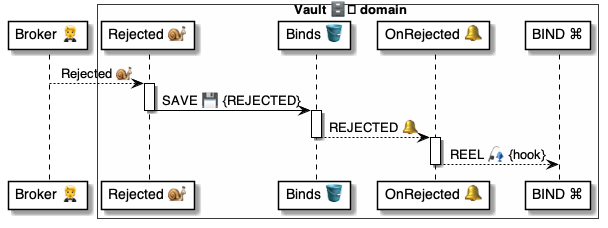
This is 4 ⚙️ Solution/41 🎭 Domain Roles/Vaults 🗄️/🗄️🪣 Vault tables/Binds 🔗 table/🪣🔔 2 Rejected/🗄️ OnBindRejected ⚙️ uml.png from pollyweb-org/pollyweb-docs, a PlantUML export, as it was before one commit. Its source is kept beside it as 4 ⚙️ Solution/41 🎭 Domain Roles/Vaults 🗄️/🗄️🪣 Vault tables/Binds 🔗 table/🪣🔔 2 Rejected/🗄️ OnBindRejected ⚙️ uml.puml. Source of this version:
```plantuml
@startuml OnBindRejected

participant "Broker 🤵" as broker

box Vault 🗄️ domain #FFFFFA
    participant "Rejected 🐌" as script
    participant "Binds 🪣" as binds
    participant "OnRejected 🔔" as trigger
    participant "BIND ⌘" as bind
end box


broker --> script: Rejected 🐌

activate script
    script -> binds: SAVE 💾 {REJECTED}
deactivate script

activate binds
    binds --> trigger: REJECTED 🔔
deactivate binds

activate trigger
    trigger --> bind: REEL 🎣 {hook}
deactivate trigger


@enduml
```
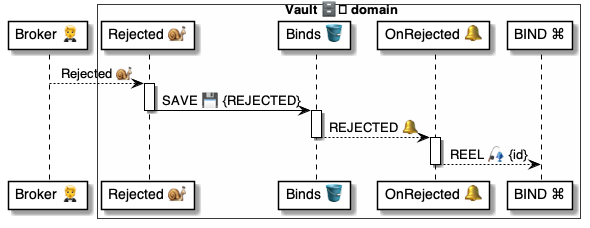
After the commit.

What changed in the source:
```diff
@@ -21,7 +21,7 @@
 deactivate binds
 
 activate trigger
-    trigger --> bind: REEL 🎣 {hook}
+    trigger --> bind: REEL 🎣 {id}
 deactivate trigger
 
 
```
